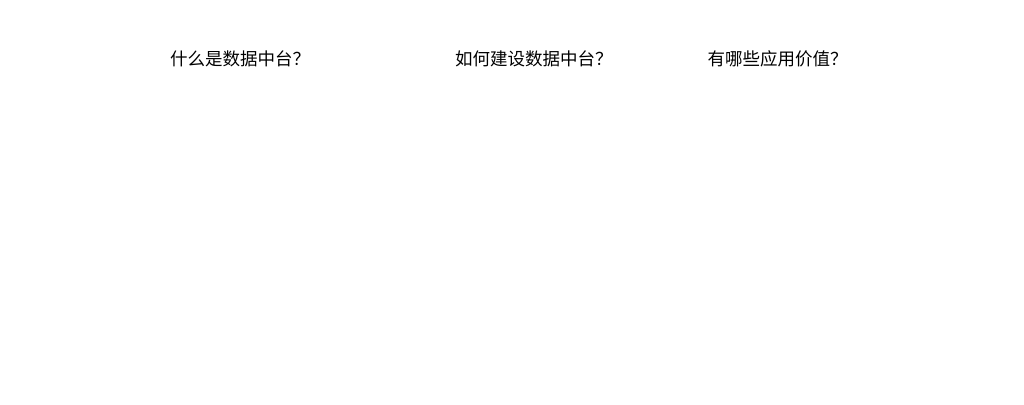
Before: 数据中台.drawio in zhfk/drawo.io.mydiagrams, a draw.io diagram. Source tidied: cells renumbered, new cells numbered last; positions are measured from the earlier drawing's top-left corner, leaving out a move shared by most shapes. Both pictures are drawn from the tidied source at 125%, with x=0, y=0 at pixel (165, 21).
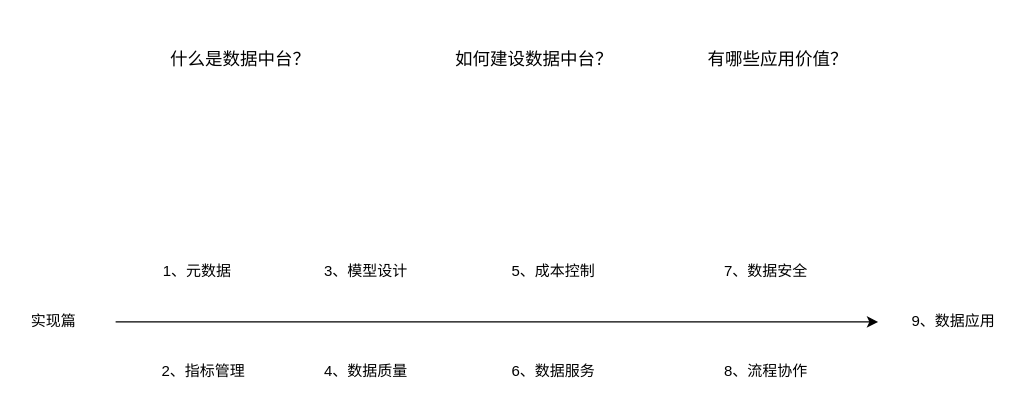
After the change.

Change to the diagram source:
```diff
@@
 <mxGraphModel>
   <root>
     <mxCell id="0" />
     <mxCell id="1" parent="0" />
     <mxCell id="2" value="&lt;font style=&quot;font-size: 14px&quot;&gt;什么是数据中台？&lt;/font&gt;" style="text;html=1;strokeColor=none;fillColor=none;align=center;verticalAlign=middle;whiteSpace=wrap;rounded=0;" parent="1" vertex="1">
       <mxGeometry width="120" height="60" as="geometry" />
     </mxCell>
     <mxCell id="3" value="&lt;font style=&quot;font-size: 14px&quot;&gt;如何建设数据中台？&lt;/font&gt;" style="text;html=1;strokeColor=none;fillColor=none;align=center;verticalAlign=middle;whiteSpace=wrap;rounded=0;" parent="1" vertex="1">
       <mxGeometry x="220" width="150" height="60" as="geometry" />
     </mxCell>
     <mxCell id="4" value="&lt;font style=&quot;font-size: 14px&quot;&gt;有哪些应用价值？&lt;/font&gt;" style="text;html=1;strokeColor=none;fillColor=none;align=center;verticalAlign=middle;whiteSpace=wrap;rounded=0;" parent="1" vertex="1">
       <mxGeometry x="420" width="140" height="60" as="geometry" />
     </mxCell>
+    <mxCell id="5" style="endArrow=classic;html=1;" parent="1" edge="1">
+      <mxGeometry relative="1" as="geometry">
+        <mxPoint x="-40" y="240" as="sourcePoint" />
+        <mxPoint x="570" y="240" as="targetPoint" />
+      </mxGeometry>
+    </mxCell>
+    <mxCell id="6" value="实现篇" style="text;html=1;align=center;verticalAlign=middle;strokeColor=none;" parent="1" vertex="1">
+      <mxGeometry x="-115" y="230" width="50" height="20" as="geometry" />
+    </mxCell>
+    <mxCell id="7" value="1、元数据" style="text;html=1;align=center;verticalAlign=middle;strokeColor=none;" parent="1" vertex="1">
+      <mxGeometry x="-10" y="190" width="70" height="20" as="geometry" />
+    </mxCell>
+    <mxCell id="8" value="3、模型设计" style="text;html=1;align=center;verticalAlign=middle;strokeColor=none;" parent="1" vertex="1">
+      <mxGeometry x="120" y="190" width="80" height="20" as="geometry" />
+    </mxCell>
+    <mxCell id="9" value="2、指标管理" style="text;html=1;align=center;verticalAlign=middle;strokeColor=none;" parent="1" vertex="1">
+      <mxGeometry x="-10" y="270" width="80" height="20" as="geometry" />
+    </mxCell>
+    <mxCell id="10" value="4、数据质量" style="text;html=1;align=center;verticalAlign=middle;strokeColor=none;" parent="1" vertex="1">
+      <mxGeometry x="120" y="270" width="80" height="20" as="geometry" />
+    </mxCell>
+    <mxCell id="11" value="5、成本控制" style="text;html=1;align=center;verticalAlign=middle;strokeColor=none;" parent="1" vertex="1">
+      <mxGeometry x="270" y="190" width="80" height="20" as="geometry" />
+    </mxCell>
+    <mxCell id="12" value="6、数据服务" style="text;html=1;align=center;verticalAlign=middle;strokeColor=none;" parent="1" vertex="1">
+      <mxGeometry x="270" y="270" width="80" height="20" as="geometry" />
+    </mxCell>
+    <mxCell id="13" value="7、数据安全" style="text;html=1;align=center;verticalAlign=middle;strokeColor=none;" parent="1" vertex="1">
+      <mxGeometry x="440" y="190" width="80" height="20" as="geometry" />
+    </mxCell>
+    <mxCell id="14" value="8、流程协作" style="text;html=1;align=center;verticalAlign=middle;strokeColor=none;" parent="1" vertex="1">
+      <mxGeometry x="440" y="270" width="80" height="20" as="geometry" />
+    </mxCell>
+    <mxCell id="15" value="9、数据应用" style="text;html=1;align=center;verticalAlign=middle;strokeColor=none;" parent="1" vertex="1">
+      <mxGeometry x="590" y="230" width="80" height="20" as="geometry" />
+    </mxCell>
   </root>
 </mxGraphModel>
```
